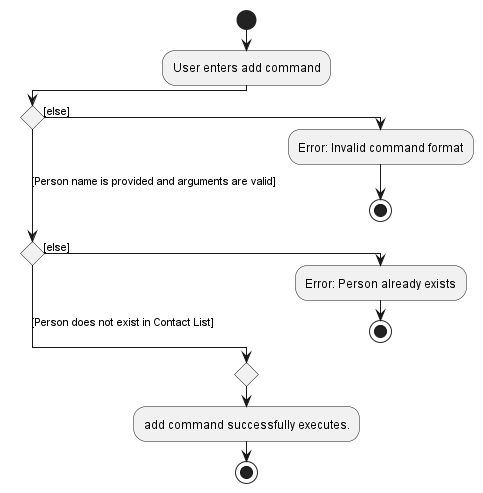
This is docs/images/AddCommandActivityDiagram.png from nus-cs2103-AY2223S2/tp, a PlantUML export, as it was before one commit.
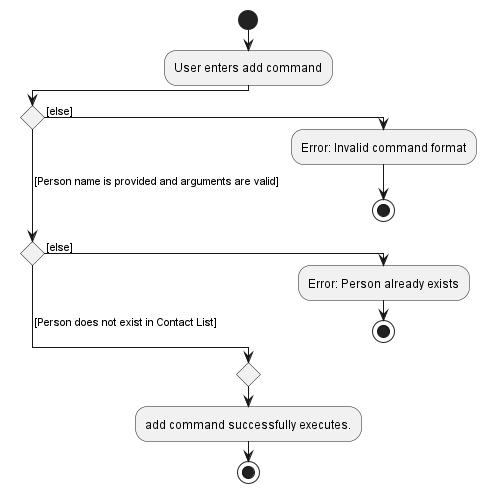
Above is the later version.

Change to the diagram source:
```diff
@@ -2,13 +2,13 @@
 !pragma useVerticalIf on
 start
 :User enters add command;
-if () then ([else])
+if () then ( [else])
   :Error: Invalid command format;
   stop
-([Person name is provided and arguments are valid]) elseif () then ([else])
+( [Person name is provided and arguments are valid]) elseif () then ( [else])
   :Error: Person already exists;
   stop
- else ([Person does not exist in Contact List])
+ else ( [Person does not exist in Contact List])
 endif
   :add command successfully executes.;
 stop
```
